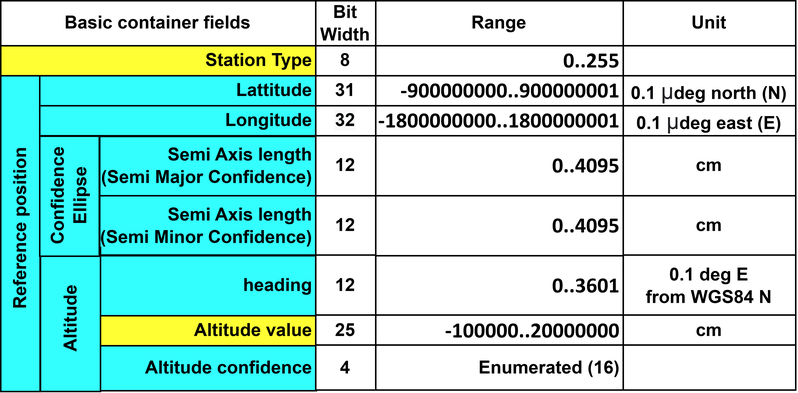
This is uav_cam/protocol stack basic container.drawio.png from sandaruwanjayaweera/v2xplus, a draw.io export, as it was before one commit. Source tidied: cells renumbered, new cells last; positions are measured from the earlier drawing's top-left corner, leaving out a move shared by most shapes.
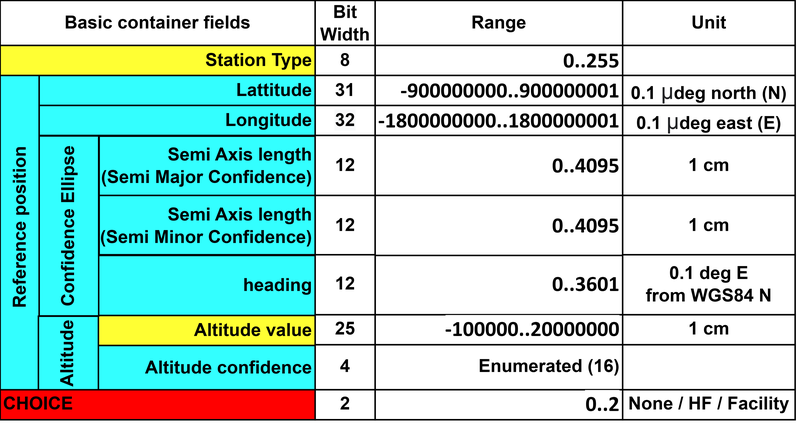
The same diagram one commit later.

Commit message:
mod_choice

What changed in the source:
```diff
@@ -92,16 +92,16 @@
     <mxCell id="31" value="0.1&amp;nbsp;&lt;span style=&quot;color: rgb(32 , 33 , 36) ; font-family: &amp;#34;arial&amp;#34; , sans-serif ; font-weight: 400 ; text-align: left ; background-color: rgb(255 , 255 , 255)&quot;&gt;&lt;font style=&quot;font-size: 15px&quot;&gt;µ&lt;/font&gt;&lt;/span&gt;deg&amp;nbsp;east (E)" style="rounded=0;whiteSpace=wrap;html=1;align=center;fillColor=#FFFFFF;fontStyle=1;" parent="1" vertex="1">
       <mxGeometry x="511" y="70" width="115" height="20" as="geometry" />
     </mxCell>
-    <mxCell id="32" value="cm" style="rounded=0;whiteSpace=wrap;html=1;align=center;fillColor=#FFFFFF;fontStyle=1;" parent="1" vertex="1">
+    <mxCell id="32" value="1 cm" style="rounded=0;whiteSpace=wrap;html=1;align=center;fillColor=#FFFFFF;fontStyle=1;" parent="1" vertex="1">
       <mxGeometry x="511" y="90" width="115" height="40" as="geometry" />
     </mxCell>
-    <mxCell id="33" value="cm" style="rounded=0;whiteSpace=wrap;html=1;align=center;fillColor=#FFFFFF;fontStyle=1;" parent="1" vertex="1">
+    <mxCell id="33" value="1 cm" style="rounded=0;whiteSpace=wrap;html=1;align=center;fillColor=#FFFFFF;fontStyle=1;" parent="1" vertex="1">
       <mxGeometry x="511" y="130" width="115" height="40" as="geometry" />
     </mxCell>
     <mxCell id="34" value="0.1 deg E from&amp;nbsp;&lt;span class=&quot;fontstyle0&quot;&gt;WGS84 N&lt;/span&gt; " style="rounded=0;whiteSpace=wrap;html=1;align=center;fillColor=#FFFFFF;fontStyle=1;" parent="1" vertex="1">
       <mxGeometry x="511" y="169.5" width="115" height="40" as="geometry" />
     </mxCell>
-    <mxCell id="35" value="cm" style="rounded=0;whiteSpace=wrap;html=1;align=center;fillColor=#FFFFFF;fontStyle=1;" parent="1" vertex="1">
+    <mxCell id="35" value="1 cm" style="rounded=0;whiteSpace=wrap;html=1;align=center;fillColor=#FFFFFF;fontStyle=1;" parent="1" vertex="1">
       <mxGeometry x="511" y="209.5" width="115" height="20" as="geometry" />
     </mxCell>
     <mxCell id="36" style="rounded=0;whiteSpace=wrap;html=1;align=center;fillColor=#FFFFFF;fontStyle=1;" parent="1" vertex="1">
@@ -114,10 +114,22 @@
       <mxGeometry x="162" y="130" width="144" height="39.5" as="geometry" />
     </mxCell>
     <mxCell id="39" value="Altitude" style="rounded=0;whiteSpace=wrap;html=1;fillColor=#33FFFF;fontStyle=1;rotation=-90;" parent="1" vertex="1">
-      <mxGeometry x="94.5" y="192.5" width="96" height="40" as="geometry" />
+      <mxGeometry x="116.5" y="215.5" width="50" height="40" as="geometry" />
     </mxCell>
     <mxCell id="40" value="Confidence Ellipse" style="rounded=0;whiteSpace=wrap;html=1;fillColor=#33FFFF;fontStyle=1;rotation=-90;" parent="1" vertex="1">
-      <mxGeometry x="101.8" y="110.5" width="80" height="39.7" as="geometry" />
+      <mxGeometry x="81.8" y="130.5" width="120" height="39.7" as="geometry" />
     </mxCell>
+    <mxCell id="41" value="CHOICE" style="rounded=0;whiteSpace=wrap;html=1;align=left;fillColor=#FF0000;fontStyle=1;" parent="1" vertex="1">
+      <mxGeometry x="96" y="259.5" width="210" height="20" as="geometry" />
+    </mxCell>
+    <mxCell id="42" value="&lt;span&gt;2&lt;/span&gt;" style="rounded=0;whiteSpace=wrap;html=1;align=center;fillColor=#FFFFFF;fontStyle=1;" parent="1" vertex="1">
+      <mxGeometry x="306" y="259.5" width="40" height="20" as="geometry" />
+    </mxCell>
+    <mxCell id="43" value="&lt;span style=&quot;font-family: calibri, &amp;quot;segoe ui&amp;quot;, calibri, thonburi, arial, verdana, sans-serif, &amp;quot;mongolian baiti&amp;quot;, &amp;quot;microsoft yi baiti&amp;quot;, &amp;quot;javanese text&amp;quot;; font-size: 14.6667px; background-color: rgb(255, 255, 255);&quot;&gt;0..2&lt;/span&gt;" style="rounded=0;whiteSpace=wrap;html=1;align=right;fillColor=#FFFFFF;fontStyle=1;" parent="1" vertex="1">
+      <mxGeometry x="346" y="259.5" width="165" height="20" as="geometry" />
+    </mxCell>
+    <mxCell id="44" value="None / HF / Facility" style="rounded=0;whiteSpace=wrap;html=1;align=center;fillColor=#FFFFFF;fontStyle=1;" parent="1" vertex="1">
+      <mxGeometry x="511" y="259.5" width="115" height="20" as="geometry" />
+    </mxCell>
   </root>
 </mxGraphModel>
```
